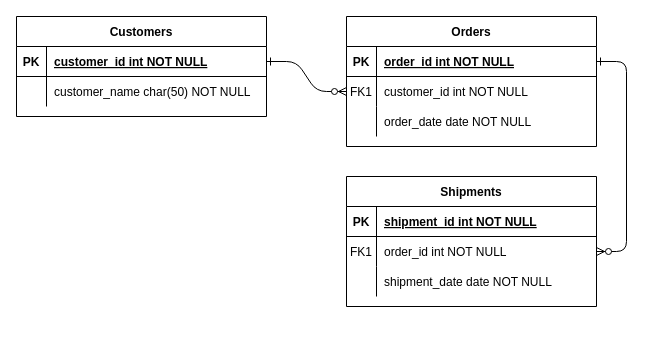
Before: Assignment1 Diagram.drawio in iotrobot/socket, a draw.io diagram. Source tidied: cells renumbered, new cells numbered last; positions are measured from the earlier drawing's top-left corner, leaving out a move shared by most shapes. Both pictures are drawn from the tidied source at 100%, with x=0, y=0 at pixel (16, 16).
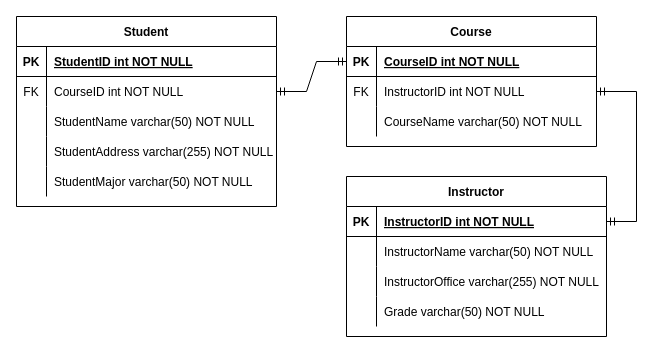
The same diagram, later.

The change refers to these unchanged cells:
```xml
<mxCell id="5" style="shape=partialRectangle;fillColor=none;points=[[0,0.5],[1,0.5]];portConstraint=eastwest;top=0;left=0;right=0;bottom=1;" parent="4" vertex="1">
  <mxGeometry y="30" width="250" height="30" as="geometry" />
</mxCell>
```

The edit, as a diff of the source:
```diff
@@
-    <mxCell id="2" style="edgeStyle=entityRelationEdgeStyle;endArrow=ERzeroToMany;startArrow=ERone;endFill=1;startFill=0;" parent="1" edge="1" source="25" target="8">
-      <mxGeometry relative="1" as="geometry" />
-    </mxCell>
-    <mxCell id="3" style="edgeStyle=entityRelationEdgeStyle;endArrow=ERzeroToMany;startArrow=ERone;endFill=1;startFill=0;" parent="1" edge="1" source="5" target="18">
-      <mxGeometry relative="1" as="geometry" />
-    </mxCell>
-    <mxCell id="4" value="Orders" style="shape=table;startSize=30;childLayout=tableLayout;rowLines=0;fontStyle=1;align=center;" parent="1" vertex="1">
+    <mxCell id="4" value="Course" style="shape=table;startSize=30;childLayout=tableLayout;rowLines=0;fontStyle=1;align=center;" parent="1" vertex="1">
       <mxGeometry x="330" width="250" height="130" as="geometry" />
     </mxCell>
@@
-    <mxCell id="7" value="order_id int NOT NULL " style="shape=partialRectangle;overflow=hidden;fillColor=none;top=0;left=0;bottom=0;right=0;align=left;spacingLeft=6;fontStyle=5;" parent="5" vertex="1">
+    <mxCell id="7" value="CourseID int NOT NULL " style="shape=partialRectangle;overflow=hidden;fillColor=none;top=0;left=0;bottom=0;right=0;align=left;spacingLeft=6;fontStyle=5;" parent="5" vertex="1">
       <mxGeometry x="30" width="220" height="30" as="geometry" />
     </mxCell>
+    <mxCell id="31" style="shape=tableRow;horizontal=0;startSize=0;swimlaneHead=0;swimlaneBody=0;fillColor=none;points=[[0,0.5],[1,0.5]];portConstraint=eastwest;top=0;left=0;right=0;bottom=0;" parent="4" vertex="1">
+      <mxGeometry y="60" width="250" height="30" as="geometry" />
+    </mxCell>
+    <mxCell id="32" value="FK" style="shape=partialRectangle;fillColor=none;top=0;left=0;bottom=0;right=0;fontStyle=0;overflow=hidden;" parent="31" vertex="1">
+      <mxGeometry width="30" height="30" as="geometry" />
+    </mxCell>
+    <mxCell id="33" value="InstructorID int NOT NULL" style="shape=partialRectangle;fillColor=none;top=0;left=0;bottom=0;right=0;align=left;spacingLeft=6;fontStyle=0;overflow=hidden;" parent="31" vertex="1">
+      <mxGeometry x="30" width="220" height="30" as="geometry" />
+    </mxCell>
     <mxCell id="8" style="shape=partialRectangle;fillColor=none;points=[[0,0.5],[1,0.5]];portConstraint=eastwest;top=0;left=0;right=0;bottom=0;" parent="4" vertex="1">
-      <mxGeometry y="60" width="250" height="30" as="geometry" />
+      <mxGeometry y="90" width="250" height="30" as="geometry" />
     </mxCell>
-    <mxCell id="9" value="FK1" style="shape=partialRectangle;overflow=hidden;fillColor=none;top=0;left=0;bottom=0;right=0;" parent="8" vertex="1">
+    <mxCell id="9" style="shape=partialRectangle;overflow=hidden;fillColor=none;top=0;left=0;bottom=0;right=0;" parent="8" vertex="1">
       <mxGeometry width="30" height="30" as="geometry" />
     </mxCell>
-    <mxCell id="10" value="customer_id int NOT NULL" style="shape=partialRectangle;overflow=hidden;fillColor=none;top=0;left=0;bottom=0;right=0;align=left;spacingLeft=6;" parent="8" vertex="1">
+    <mxCell id="10" value="CourseName varchar(50) NOT NULL" style="shape=partialRectangle;overflow=hidden;fillColor=none;top=0;left=0;bottom=0;right=0;align=left;spacingLeft=6;" parent="8" vertex="1">
       <mxGeometry x="30" width="220" height="30" as="geometry" />
     </mxCell>
-    <mxCell id="11" style="shape=partialRectangle;fillColor=none;top=0;left=0;right=0;bottom=0;" parent="4" vertex="1">
-      <mxGeometry y="90" width="250" height="30" as="geometry" />
-    </mxCell>
-    <mxCell id="12" style="shape=partialRectangle;overflow=hidden;fillColor=none;top=0;left=0;bottom=0;right=0;" parent="11" vertex="1">
-      <mxGeometry width="30" height="30" as="geometry" />
-    </mxCell>
-    <mxCell id="13" value="order_date date NOT NULL" style="shape=partialRectangle;overflow=hidden;fillColor=none;top=0;left=0;bottom=0;right=0;align=left;spacingLeft=6;" parent="11" vertex="1">
-      <mxGeometry x="30" width="220" height="30" as="geometry" />
-    </mxCell>
-    <mxCell id="14" value="Shipments" style="shape=table;startSize=30;childLayout=tableLayout;rowLines=0;fontStyle=1;align=center;" parent="1" vertex="1">
-      <mxGeometry x="330" y="160" width="250" height="130" as="geometry" />
+    <mxCell id="14" value="Instructor" style="shape=table;startSize=30;childLayout=tableLayout;rowLines=0;fontStyle=1;align=center;" parent="1" vertex="1">
+      <mxGeometry x="330" y="160" width="260" height="160" as="geometry" />
     </mxCell>
     <mxCell id="15" style="shape=partialRectangle;fillColor=none;top=0;left=0;right=0;bottom=1;" parent="14" vertex="1">
-      <mxGeometry y="30" width="250" height="30" as="geometry" />
+      <mxGeometry y="30" width="260" height="30" as="geometry" />
     </mxCell>
@@
-    <mxCell id="17" value="shipment_id int NOT NULL " style="shape=partialRectangle;overflow=hidden;fillColor=none;top=0;left=0;bottom=0;right=0;align=left;spacingLeft=6;fontStyle=5;" parent="15" vertex="1">
-      <mxGeometry x="30" width="220" height="30" as="geometry" />
+    <mxCell id="17" value="InstructorID int NOT NULL " style="shape=partialRectangle;overflow=hidden;fillColor=none;top=0;left=0;bottom=0;right=0;align=left;spacingLeft=6;fontStyle=5;" parent="15" vertex="1">
+      <mxGeometry x="30" width="230" height="30" as="geometry" />
     </mxCell>
     <mxCell id="18" style="shape=partialRectangle;fillColor=none;points=[[0,0.5],[1,0.5]];portConstraint=eastwest;top=0;left=0;right=0;bottom=0;" parent="14" vertex="1">
-      <mxGeometry y="60" width="250" height="30" as="geometry" />
+      <mxGeometry y="60" width="260" height="30" as="geometry" />
     </mxCell>
-    <mxCell id="19" value="FK1" style="shape=partialRectangle;overflow=hidden;fillColor=none;top=0;left=0;bottom=0;right=0;" parent="18" vertex="1">
+    <mxCell id="19" style="shape=partialRectangle;overflow=hidden;fillColor=none;top=0;left=0;bottom=0;right=0;" parent="18" vertex="1">
       <mxGeometry width="30" height="30" as="geometry" />
     </mxCell>
-    <mxCell id="20" value="order_id int NOT NULL" style="shape=partialRectangle;overflow=hidden;fillColor=none;top=0;left=0;bottom=0;right=0;align=left;spacingLeft=6;" parent="18" vertex="1">
-      <mxGeometry x="30" width="220" height="30" as="geometry" />
+    <mxCell id="20" value="InstructorName varchar(50) NOT NULL" style="shape=partialRectangle;overflow=hidden;fillColor=none;top=0;left=0;bottom=0;right=0;align=left;spacingLeft=6;" parent="18" vertex="1">
+      <mxGeometry x="30" width="230" height="30" as="geometry" />
     </mxCell>
     <mxCell id="21" style="shape=partialRectangle;fillColor=none;top=0;left=0;right=0;bottom=0;" parent="14" vertex="1">
-      <mxGeometry y="90" width="250" height="30" as="geometry" />
+      <mxGeometry y="90" width="260" height="30" as="geometry" />
     </mxCell>
@@
-    <mxCell id="23" value="shipment_date date NOT NULL" style="shape=partialRectangle;overflow=hidden;fillColor=none;top=0;left=0;bottom=0;right=0;align=left;spacingLeft=6;" parent="21" vertex="1">
-      <mxGeometry x="30" width="220" height="30" as="geometry" />
+    <mxCell id="23" value="InstructorOffice varchar(255) NOT NULL" style="shape=partialRectangle;overflow=hidden;fillColor=none;top=0;left=0;bottom=0;right=0;align=left;spacingLeft=6;" parent="21" vertex="1">
+      <mxGeometry x="30" width="230" height="30" as="geometry" />
     </mxCell>
+    <mxCell id="34" style="shape=tableRow;horizontal=0;startSize=0;swimlaneHead=0;swimlaneBody=0;fillColor=none;top=0;left=0;right=0;bottom=0;" parent="14" vertex="1">
+      <mxGeometry y="120" width="260" height="30" as="geometry" />
+    </mxCell>
+    <mxCell id="35" style="shape=partialRectangle;fillColor=none;top=0;left=0;bottom=0;right=0;overflow=hidden;" parent="34" vertex="1">
+      <mxGeometry width="30" height="30" as="geometry" />
+    </mxCell>
+    <mxCell id="36" value="Grade varchar(50) NOT NULL" style="shape=partialRectangle;fillColor=none;top=0;left=0;bottom=0;right=0;align=left;spacingLeft=6;overflow=hidden;" parent="34" vertex="1">
+      <mxGeometry x="30" width="230" height="30" as="geometry" />
+    </mxCell>
-    <mxCell id="24" value="Customers" style="shape=table;startSize=30;childLayout=tableLayout;rowLines=0;fontStyle=1;align=center;" parent="1" vertex="1">
-      <mxGeometry width="250" height="100" as="geometry" />
+    <mxCell id="24" value="Student" style="shape=table;startSize=30;childLayout=tableLayout;rowLines=0;fontStyle=1;align=center;" parent="1" vertex="1">
+      <mxGeometry width="260" height="190" as="geometry" />
     </mxCell>
     <mxCell id="25" style="shape=partialRectangle;fillColor=none;points=[[0,0.5],[1,0.5]];portConstraint=eastwest;top=0;left=0;right=0;bottom=1;" parent="24" vertex="1">
-      <mxGeometry y="30" width="250" height="30" as="geometry" />
+      <mxGeometry y="30" width="260" height="30" as="geometry" />
     </mxCell>
@@
-    <mxCell id="27" value="customer_id int NOT NULL " style="shape=partialRectangle;overflow=hidden;fillColor=none;top=0;left=0;bottom=0;right=0;align=left;spacingLeft=6;fontStyle=5;" parent="25" vertex="1">
-      <mxGeometry x="30" width="220" height="30" as="geometry" />
+    <mxCell id="27" value="StudentID int NOT NULL " style="shape=partialRectangle;overflow=hidden;fillColor=none;top=0;left=0;bottom=0;right=0;align=left;spacingLeft=6;fontStyle=5;" parent="25" vertex="1">
+      <mxGeometry x="30" width="230" height="30" as="geometry" />
     </mxCell>
+    <mxCell id="37" style="shape=tableRow;horizontal=0;startSize=0;swimlaneHead=0;swimlaneBody=0;fillColor=none;points=[[0,0.5],[1,0.5]];portConstraint=eastwest;top=0;left=0;right=0;bottom=0;" parent="24" vertex="1">
+      <mxGeometry y="60" width="260" height="30" as="geometry" />
+    </mxCell>
+    <mxCell id="38" value="FK" style="shape=partialRectangle;fillColor=none;top=0;left=0;bottom=0;right=0;fontStyle=0;overflow=hidden;" parent="37" vertex="1">
+      <mxGeometry width="30" height="30" as="geometry" />
+    </mxCell>
+    <mxCell id="39" value="CourseID int NOT NULL" style="shape=partialRectangle;fillColor=none;top=0;left=0;bottom=0;right=0;align=left;spacingLeft=6;fontStyle=0;overflow=hidden;" parent="37" vertex="1">
+      <mxGeometry x="30" width="230" height="30" as="geometry" />
+    </mxCell>
     <mxCell id="28" style="shape=partialRectangle;fillColor=none;top=0;left=0;right=0;bottom=0;" parent="24" vertex="1">
-      <mxGeometry y="60" width="250" height="30" as="geometry" />
+      <mxGeometry y="90" width="260" height="30" as="geometry" />
     </mxCell>
@@
-    <mxCell id="30" value="customer_name char(50) NOT NULL" style="shape=partialRectangle;overflow=hidden;fillColor=none;top=0;left=0;bottom=0;right=0;align=left;spacingLeft=6;" parent="28" vertex="1">
-      <mxGeometry x="30" width="220" height="30" as="geometry" />
+    <mxCell id="30" value="StudentName varchar(50) NOT NULL" style="shape=partialRectangle;overflow=hidden;fillColor=none;top=0;left=0;bottom=0;right=0;align=left;spacingLeft=6;" parent="28" vertex="1">
+      <mxGeometry x="30" width="230" height="30" as="geometry" />
     </mxCell>
+    <mxCell id="40" style="shape=tableRow;horizontal=0;startSize=0;swimlaneHead=0;swimlaneBody=0;fillColor=none;top=0;left=0;right=0;bottom=0;" parent="24" vertex="1">
+      <mxGeometry y="120" width="260" height="30" as="geometry" />
+    </mxCell>
+    <mxCell id="41" style="shape=partialRectangle;fillColor=none;top=0;left=0;bottom=0;right=0;overflow=hidden;" parent="40" vertex="1">
+      <mxGeometry width="30" height="30" as="geometry" />
+    </mxCell>
+    <mxCell id="42" value="StudentAddress varchar(255) NOT NULL" style="shape=partialRectangle;fillColor=none;top=0;left=0;bottom=0;right=0;align=left;spacingLeft=6;overflow=hidden;" parent="40" vertex="1">
+      <mxGeometry x="30" width="230" height="30" as="geometry" />
+    </mxCell>
+    <mxCell id="43" style="shape=tableRow;horizontal=0;startSize=0;swimlaneHead=0;swimlaneBody=0;fillColor=none;top=0;left=0;right=0;bottom=0;" parent="24" vertex="1">
+      <mxGeometry y="150" width="260" height="30" as="geometry" />
+    </mxCell>
+    <mxCell id="44" style="shape=partialRectangle;fillColor=none;top=0;left=0;bottom=0;right=0;overflow=hidden;" parent="43" vertex="1">
+      <mxGeometry width="30" height="30" as="geometry" />
+    </mxCell>
+    <mxCell id="45" value="StudentMajor varchar(50) NOT NULL" style="shape=partialRectangle;fillColor=none;top=0;left=0;bottom=0;right=0;align=left;spacingLeft=6;overflow=hidden;" parent="43" vertex="1">
+      <mxGeometry x="30" width="230" height="30" as="geometry" />
+    </mxCell>
+    <mxCell id="46" style="edgeStyle=entityRelationEdgeStyle;fontSize=12;html=1;endArrow=ERmandOne;startArrow=ERmandOne;rounded=0;entryX=0;entryY=0.5;entryDx=0;entryDy=0;exitX=1;exitY=0.5;exitDx=0;exitDy=0;" parent="1" edge="1" source="37" target="5">
+      <mxGeometry relative="1" as="geometry" />
+    </mxCell>
+    <mxCell id="47" style="edgeStyle=entityRelationEdgeStyle;fontSize=12;html=1;endArrow=ERmandOne;startArrow=ERmandOne;rounded=0;entryX=1;entryY=0.5;entryDx=0;entryDy=0;" parent="1" edge="1" target="31">
+      <mxGeometry relative="1" as="geometry">
+        <mxPoint x="590" y="205" as="sourcePoint" />
+      </mxGeometry>
+    </mxCell>
```
